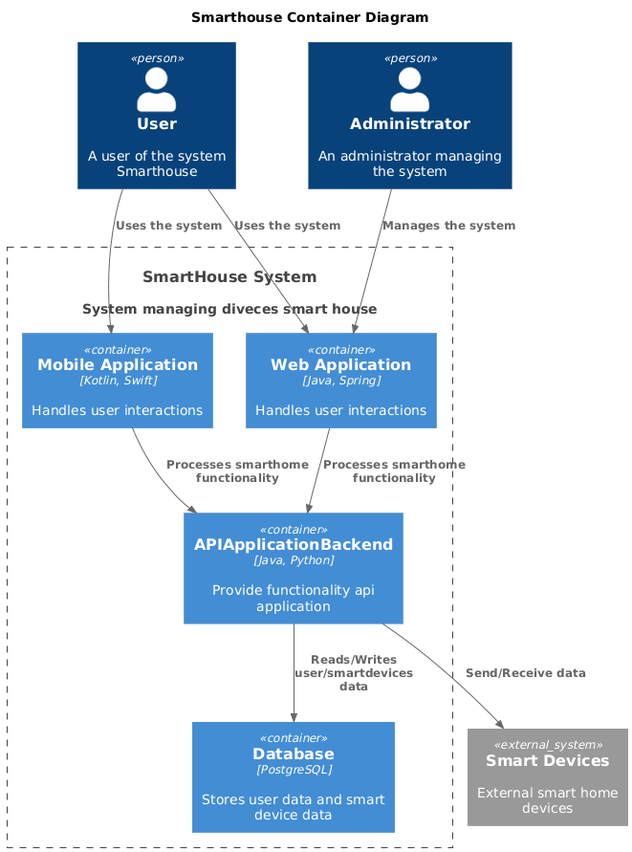
Above: schemas/smarthouse_container.png in baranovilyaserg/architecture-pro-warmhouse (PlantUML), before the change. The source it was exported from:
```plantuml
@startuml
title Smarthouse Container Diagram

top to bottom direction

!includeurl https://raw.githubusercontent.com/RicardoNiepel/C4-PlantUML/master/C4_Component.puml

Person(user, "User", "A user of the system Smarthouse")
Person(admin, "Administrator", "An administrator managing the system")
System(SmartHouseSystem, "SmartHouse System", "System managing diveces smart house")

Container_Boundary(SmartHouseSystem, "SmartHouse System") {
  Container(WebApp, "Web Application", "Java, Spring", "Handles user interactions")
  Container(MobileApp, "Mobile Application", "Kotlin, Swift", "Handles user interactions")
  Container(APIApplicationBackend, "APIApplicationBackend", "Java, Python", "Provide functionality api application")
  Container(Database, "Database", "PostgreSQL", "Stores user data and smart device data")
}

System_Ext(SmartDevices, "Smart Devices", "External smart home devices")

Rel(user, WebApp, "Uses the system")
Rel(user, MobileApp, "Uses the system")
Rel(admin, WebApp,"Manages the system")
Rel(WebApp, APIApplicationBackend, "Processes smarthome functionality")
Rel(MobileApp, APIApplicationBackend, "Processes smarthome functionality")
Rel(APIApplicationBackend, Database, "Reads/Writes user/smartdevices data")
Rel(APIApplicationBackend, SmartDevices, "Send/Receive data")
@enduml
```
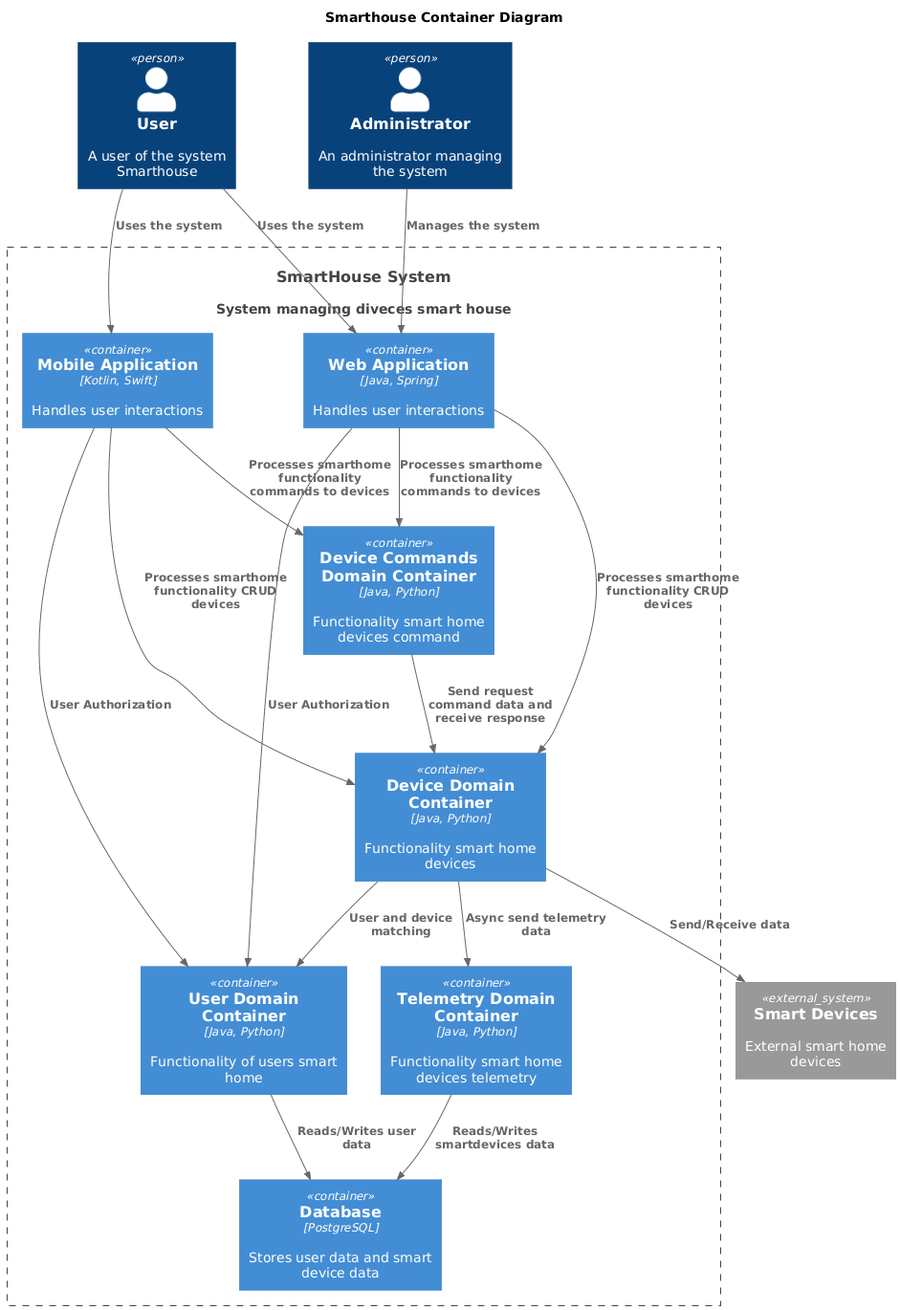
The same diagram one commit later.

Diff of the diagram source:
```diff
@@ -12,7 +12,10 @@
 Container_Boundary(SmartHouseSystem, "SmartHouse System") {
   Container(WebApp, "Web Application", "Java, Spring", "Handles user interactions")
   Container(MobileApp, "Mobile Application", "Kotlin, Swift", "Handles user interactions")
-  Container(APIApplicationBackend, "APIApplicationBackend", "Java, Python", "Provide functionality api application")
+  Container(UserDomainContainer, "User Domain Container", "Java, Python", "Functionality of users smart home")
+  Container(DeviceCommandsDomainContainer, "Device Commands Domain Container", "Java, Python", "Functionality smart home devices command")
+  Container(DeviceDomainContainer, "Device Domain Container", "Java, Python", "Functionality smart home devices")
+  Container(TelemetryDomainContainer, "Telemetry Domain Container", "Java, Python", "Functionality smart home devices telemetry")
   Container(Database, "Database", "PostgreSQL", "Stores user data and smart device data")
 }
 
@@ -21,8 +24,16 @@
 Rel(user, WebApp, "Uses the system")
 Rel(user, MobileApp, "Uses the system")
 Rel(admin, WebApp,"Manages the system")
-Rel(WebApp, APIApplicationBackend, "Processes smarthome functionality")
-Rel(MobileApp, APIApplicationBackend, "Processes smarthome functionality")
-Rel(APIApplicationBackend, Database, "Reads/Writes user/smartdevices data")
-Rel(APIApplicationBackend, SmartDevices, "Send/Receive data")
+Rel(WebApp, DeviceDomainContainer, "Processes smarthome functionality CRUD devices")
+Rel(MobileApp, DeviceDomainContainer, "Processes smarthome functionality CRUD devices")
+Rel(WebApp, DeviceCommandsDomainContainer, "Processes smarthome functionality commands to devices")
+Rel(MobileApp, DeviceCommandsDomainContainer, "Processes smarthome functionality commands to devices")
+Rel(WebApp, UserDomainContainer, "User Authorization")
+Rel(MobileApp, UserDomainContainer, "User Authorization")
+Rel(TelemetryDomainContainer, Database, "Reads/Writes smartdevices data")
+Rel(UserDomainContainer, Database, "Reads/Writes user data")
+Rel(DeviceCommandsDomainContainer, DeviceDomainContainer, "Send request command data and receive response")
+Rel(DeviceDomainContainer, SmartDevices, "Send/Receive data")
+Rel(DeviceDomainContainer, UserDomainContainer, "User and device matching")
+Rel(DeviceDomainContainer, TelemetryDomainContainer, "Async send telemetry data")
 @enduml
```
